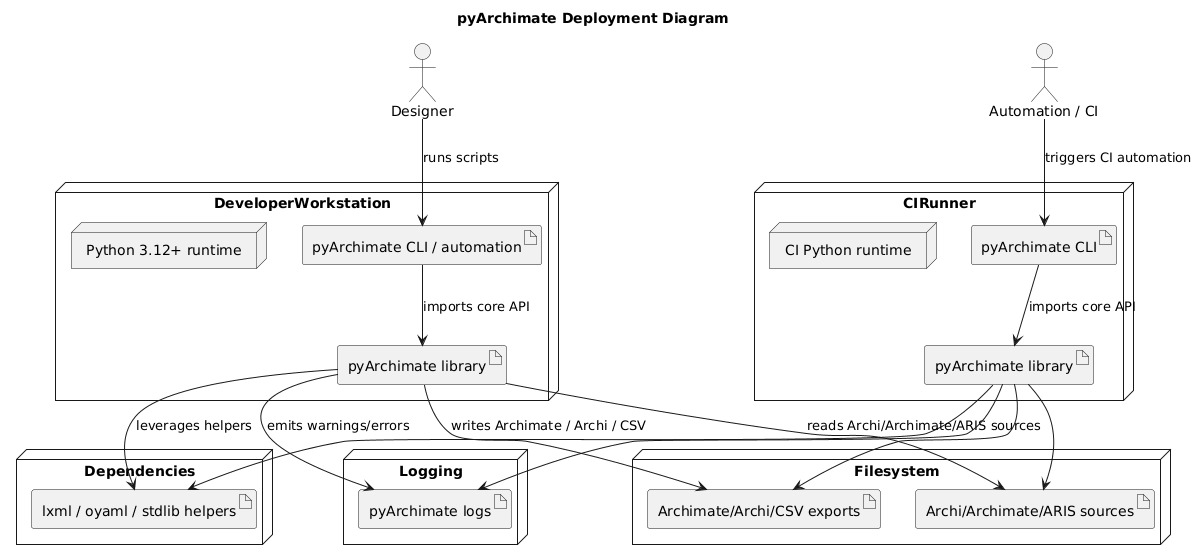
Before: docs/diagrams/deployment.png, a diagram exported from PlantUML (pyArchimate/pyArchimate). Source of this version:
```plantuml
@startuml
title pyArchimate Deployment Diagram

node DeveloperWorkstation {
  node "Python 3.12+ runtime" as PythonRuntime
  artifact "pyArchimate CLI / automation" as CLI
  artifact "pyArchimate library" as Library
}
node CIRunner {
  node "CI Python runtime" as PyCI
  artifact "pyArchimate CLI" as CLI_CI
  artifact "pyArchimate library" as Library_CI
}
node Filesystem {
  artifact "Archi/Archimate/ARIS sources" as Sources
  artifact "Archimate/Archi/CSV exports" as Exports
}
node Logging {
  artifact "pyArchimate logs" as Logs
}
node Dependencies {
  artifact "lxml / oyaml / stdlib helpers" as Deps
}
actor "Designer" as Designer
actor "Automation / CI" as Automation

Designer --> CLI : runs scripts
Automation --> CLI_CI : triggers CI automation
CLI --> Library : imports core API
CLI_CI --> Library_CI : imports core API
Library --> Deps : leverages helpers
Library_CI --> Deps
Library --> Sources : reads Archi/Archimate/ARIS sources
Library_CI --> Sources
Library --> Logs : emits warnings/errors
Library_CI --> Logs
Library --> Exports : writes Archimate / Archi / CSV
Library_CI --> Exports
@enduml
```
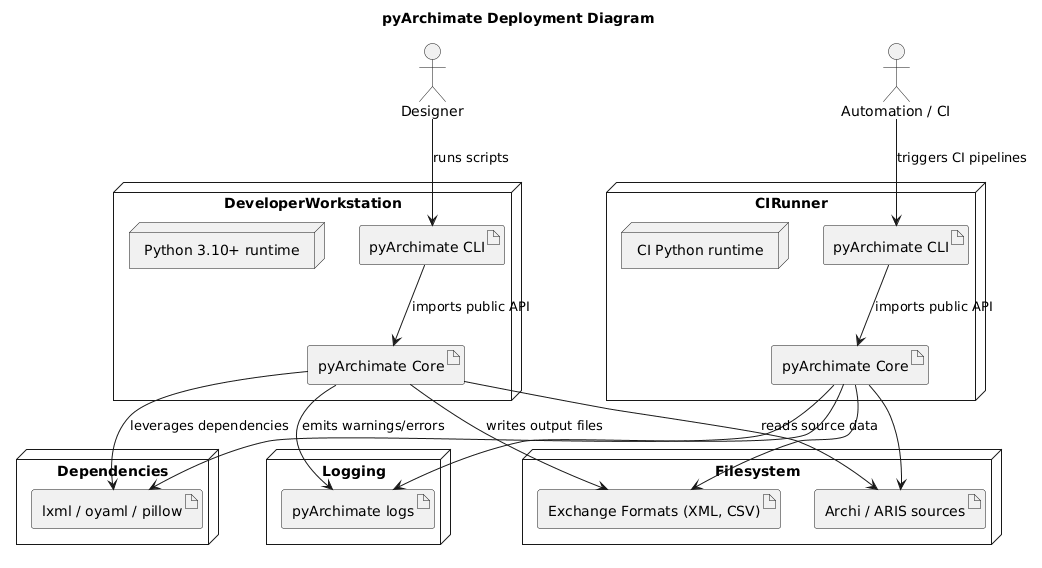
Later version of the same file.

Diff of the diagram source:
```diff
@@ -2,38 +2,38 @@
 title pyArchimate Deployment Diagram
 
 node DeveloperWorkstation {
-  node "Python 3.12+ runtime" as PythonRuntime
-  artifact "pyArchimate CLI / automation" as CLI
-  artifact "pyArchimate library" as Library
+  node "Python 3.10+ runtime" as PythonRuntime
+  artifact "pyArchimate CLI" as CLI
+  artifact "pyArchimate Core" as Library
 }
 node CIRunner {
   node "CI Python runtime" as PyCI
   artifact "pyArchimate CLI" as CLI_CI
-  artifact "pyArchimate library" as Library_CI
+  artifact "pyArchimate Core" as Library_CI
 }
 node Filesystem {
-  artifact "Archi/Archimate/ARIS sources" as Sources
-  artifact "Archimate/Archi/CSV exports" as Exports
+  artifact "Archi / ARIS sources" as Sources
+  artifact "Exchange Formats (XML, CSV)" as Exports
 }
 node Logging {
   artifact "pyArchimate logs" as Logs
 }
 node Dependencies {
-  artifact "lxml / oyaml / stdlib helpers" as Deps
+  artifact "lxml / oyaml / pillow" as Deps
 }
 actor "Designer" as Designer
 actor "Automation / CI" as Automation
 
 Designer --> CLI : runs scripts
-Automation --> CLI_CI : triggers CI automation
-CLI --> Library : imports core API
-CLI_CI --> Library_CI : imports core API
-Library --> Deps : leverages helpers
+Automation --> CLI_CI : triggers CI pipelines
+CLI --> Library : imports public API
+CLI_CI --> Library_CI : imports public API
+Library --> Deps : leverages dependencies
 Library_CI --> Deps
-Library --> Sources : reads Archi/Archimate/ARIS sources
+Library --> Sources : reads source data
 Library_CI --> Sources
 Library --> Logs : emits warnings/errors
 Library_CI --> Logs
-Library --> Exports : writes Archimate / Archi / CSV
+Library --> Exports : writes output files
 Library_CI --> Exports
 @enduml
```
